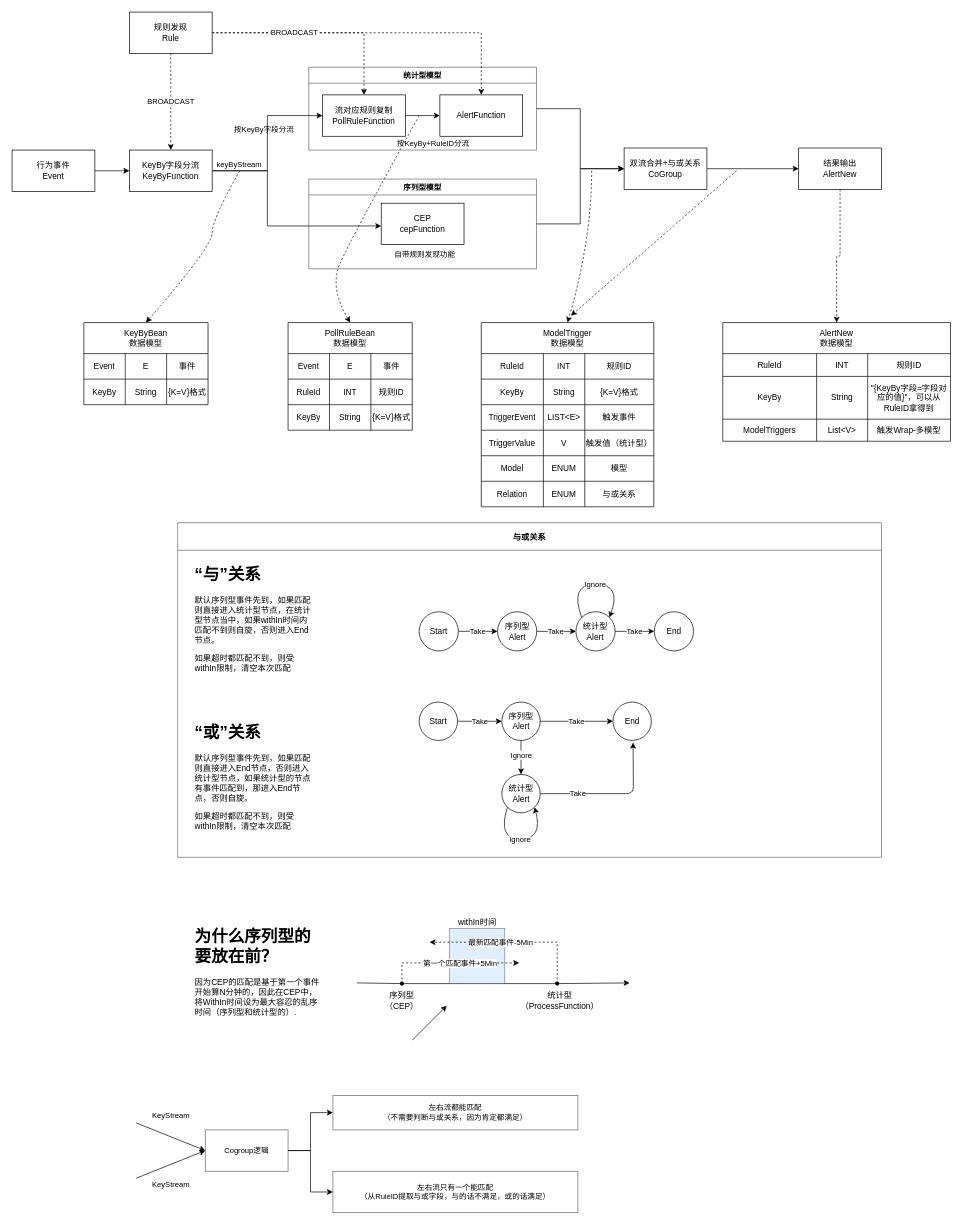
Above: cep.drawio in pengmide/draw (draw.io), before the change. Source tidied: cells renumbered, new cells numbered last; positions are measured from the earlier drawing's top-left corner, leaving out a move shared by most shapes. Both pictures are drawn from the tidied source at 69%, with x=0, y=0 at pixel (12, 12).
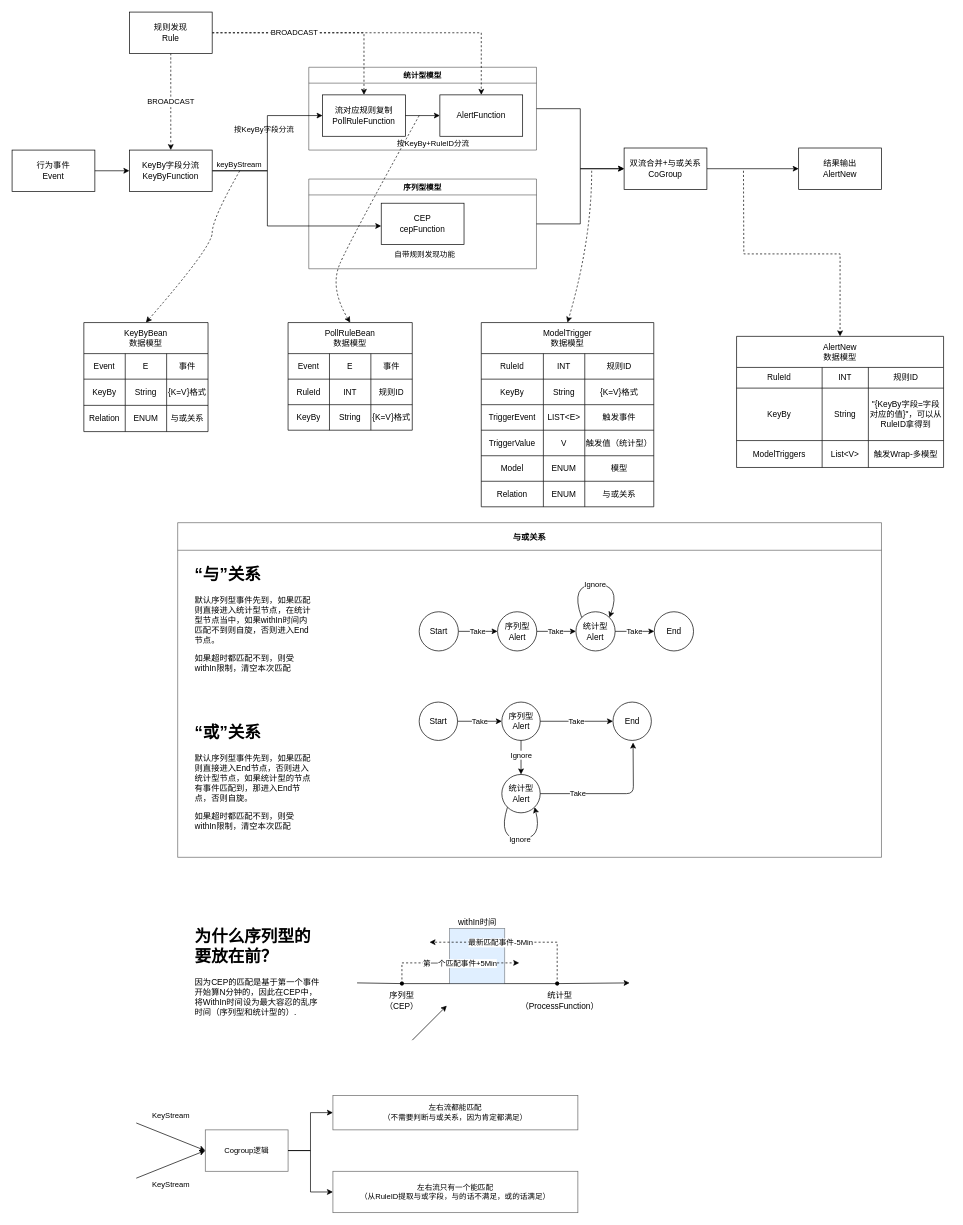
After the change.

The change refers to these unchanged cells:
```xml
<mxCell id="97" value="结果输出&lt;br&gt;AlertNew" style="whiteSpace=wrap;html=1;rounded=0;" parent="1" vertex="1">
  <mxGeometry x="1140" y="197" width="120" height="60" as="geometry" />
</mxCell>
```

Diff of the diagram source:
```diff
@@
     <mxCell id="59" value="AlertNew&#10;数据模型" style="shape=table;startSize=45;childLayout=tableLayout;rounded=0;shadow=0;comic=0;sketch=0;fillColor=default;gradientColor=none;" parent="1" vertex="1">
-      <mxGeometry x="1030" y="450" width="330" height="172" as="geometry" />
+      <mxGeometry x="1050" y="470" width="300" height="190" as="geometry" />
     </mxCell>
     <mxCell id="60" style="shape=tableRow;horizontal=0;startSize=0;swimlaneHead=0;swimlaneBody=0;top=0;left=0;bottom=0;right=0;fillColor=none;rounded=0;shadow=0;comic=0;sketch=0;" parent="59" vertex="1">
-      <mxGeometry y="45" width="330" height="33" as="geometry" />
+      <mxGeometry y="45" width="300" height="30" as="geometry" />
     </mxCell>
     <mxCell id="61" value="RuleId" style="shape=partialRectangle;html=1;whiteSpace=wrap;overflow=hidden;fillColor=none;top=0;left=0;bottom=0;right=0;rounded=0;shadow=0;comic=0;sketch=0;startSize=0;" parent="60" vertex="1">
-      <mxGeometry width="136" height="33" as="geometry" />
+      <mxGeometry width="124" height="30" as="geometry" />
     </mxCell>
     <mxCell id="62" value="INT" style="shape=partialRectangle;html=1;whiteSpace=wrap;overflow=hidden;fillColor=none;top=0;left=0;bottom=0;right=0;rounded=0;shadow=0;comic=0;sketch=0;startSize=0;" parent="60" vertex="1">
-      <mxGeometry x="136" width="74" height="33" as="geometry" />
+      <mxGeometry x="124" width="67" height="30" as="geometry" />
     </mxCell>
     <mxCell id="63" value="规则ID" style="shape=partialRectangle;html=1;whiteSpace=wrap;overflow=hidden;fillColor=none;top=0;left=0;bottom=0;right=0;rounded=0;shadow=0;comic=0;sketch=0;startSize=0;" parent="60" vertex="1">
-      <mxGeometry x="210" width="120" height="33" as="geometry" />
+      <mxGeometry x="191" width="109" height="30" as="geometry" />
     </mxCell>
     <mxCell id="64" style="shape=tableRow;horizontal=0;startSize=0;swimlaneHead=0;swimlaneBody=0;top=0;left=0;bottom=0;right=0;fillColor=none;rounded=0;shadow=0;comic=0;sketch=0;" parent="59" vertex="1">
-      <mxGeometry y="78" width="330" height="62" as="geometry" />
+      <mxGeometry y="75" width="300" height="76" as="geometry" />
     </mxCell>
     <mxCell id="65" value="KeyBy" style="shape=partialRectangle;html=1;whiteSpace=wrap;overflow=hidden;fillColor=none;top=0;left=0;bottom=0;right=0;rounded=0;shadow=0;comic=0;sketch=0;startSize=0;" parent="64" vertex="1">
-      <mxGeometry width="136" height="62" as="geometry" />
+      <mxGeometry width="124" height="76" as="geometry" />
     </mxCell>
     <mxCell id="66" value="String" style="shape=partialRectangle;html=1;whiteSpace=wrap;overflow=hidden;fillColor=none;top=0;left=0;bottom=0;right=0;rounded=0;shadow=0;comic=0;sketch=0;startSize=0;" parent="64" vertex="1">
-      <mxGeometry x="136" width="74" height="62" as="geometry" />
+      <mxGeometry x="124" width="67" height="76" as="geometry" />
     </mxCell>
     <mxCell id="67" value="&quot;{KeyBy字段=字段对应的值}&quot;，可以从RuleID拿得到&lt;br&gt;" style="shape=partialRectangle;html=1;whiteSpace=wrap;overflow=hidden;fillColor=none;top=0;left=0;bottom=0;right=0;rounded=0;shadow=0;comic=0;sketch=0;startSize=0;" parent="64" vertex="1">
-      <mxGeometry x="210" width="120" height="62" as="geometry" />
+      <mxGeometry x="191" width="109" height="76" as="geometry" />
     </mxCell>
     <mxCell id="68" style="shape=tableRow;horizontal=0;startSize=0;swimlaneHead=0;swimlaneBody=0;top=0;left=0;bottom=0;right=0;fillColor=none;rounded=0;shadow=0;comic=0;sketch=0;" parent="59" vertex="1">
-      <mxGeometry y="140" width="330" height="32" as="geometry" />
+      <mxGeometry y="151" width="300" height="39" as="geometry" />
     </mxCell>
     <mxCell id="69" value="ModelTriggers" style="shape=partialRectangle;html=1;whiteSpace=wrap;overflow=hidden;fillColor=none;top=0;left=0;bottom=0;right=0;rounded=0;shadow=0;comic=0;sketch=0;startSize=0;" parent="68" vertex="1">
-      <mxGeometry width="136" height="32" as="geometry" />
+      <mxGeometry width="124" height="39" as="geometry" />
     </mxCell>
     <mxCell id="70" value="List&amp;lt;V&amp;gt;" style="shape=partialRectangle;html=1;whiteSpace=wrap;overflow=hidden;fillColor=none;top=0;left=0;bottom=0;right=0;rounded=0;shadow=0;comic=0;sketch=0;startSize=0;" parent="68" vertex="1">
-      <mxGeometry x="136" width="74" height="32" as="geometry" />
+      <mxGeometry x="124" width="67" height="39" as="geometry" />
     </mxCell>
     <mxCell id="71" value="触发Wrap-多模型" style="shape=partialRectangle;html=1;whiteSpace=wrap;overflow=hidden;fillColor=none;top=0;left=0;bottom=0;right=0;rounded=0;shadow=0;comic=0;sketch=0;startSize=0;" parent="68" vertex="1">
-      <mxGeometry x="210" width="120" height="32" as="geometry" />
+      <mxGeometry x="191" width="109" height="39" as="geometry" />
     </mxCell>
-    <mxCell id="72" style="edgeStyle=orthogonalEdgeStyle;rounded=0;jettySize=auto;html=1;exitX=0.5;exitY=1;exitDx=0;exitDy=0;dashed=1;" parent="1" edge="1" source="97" target="59">
-      <mxGeometry relative="1" as="geometry" />
+    <mxCell id="72" style="edgeStyle=orthogonalEdgeStyle;rounded=0;jettySize=auto;html=1;dashed=1;" parent="1" edge="1" target="59">
+      <mxGeometry relative="1" as="geometry">
+        <mxPoint x="1060" y="230" as="sourcePoint" />
+      </mxGeometry>
     </mxCell>
@@
     <mxCell id="118" value="KeyByBean&#10;数据模型" style="shape=table;startSize=45;childLayout=tableLayout;rounded=0;shadow=0;comic=0;sketch=0;labelBorderColor=none;" parent="1" vertex="1">
-      <mxGeometry x="104" y="450" width="180" height="119" as="geometry" />
+      <mxGeometry x="104" y="450" width="180" height="158" as="geometry" />
     </mxCell>
@@
     <mxCell id="123" style="shape=tableRow;horizontal=0;startSize=0;swimlaneHead=0;swimlaneBody=0;top=0;left=0;bottom=0;right=0;fillColor=none;rounded=0;shadow=0;comic=0;sketch=0;" parent="118" vertex="1">
-      <mxGeometry y="82" width="180" height="37" as="geometry" />
+      <mxGeometry y="82" width="180" height="38" as="geometry" />
     </mxCell>
     <mxCell id="124" value="&lt;span&gt;KeyBy&lt;/span&gt;" style="shape=partialRectangle;html=1;whiteSpace=wrap;overflow=hidden;fillColor=none;top=0;left=0;bottom=0;right=0;rounded=0;shadow=0;comic=0;sketch=0;startSize=0;" parent="123" vertex="1">
-      <mxGeometry width="60" height="37" as="geometry" />
+      <mxGeometry width="60" height="38" as="geometry" />
     </mxCell>
     <mxCell id="125" value="String" style="shape=partialRectangle;html=1;whiteSpace=wrap;overflow=hidden;fillColor=none;top=0;left=0;bottom=0;right=0;rounded=0;shadow=0;comic=0;sketch=0;startSize=0;" parent="123" vertex="1">
-      <mxGeometry x="60" width="60" height="37" as="geometry" />
+      <mxGeometry x="60" width="60" height="38" as="geometry" />
     </mxCell>
     <mxCell id="126" value="{K=V}格式" style="shape=partialRectangle;html=1;whiteSpace=wrap;overflow=hidden;fillColor=none;top=0;left=0;bottom=0;right=0;rounded=0;shadow=0;comic=0;sketch=0;startSize=0;" parent="123" vertex="1">
-      <mxGeometry x="120" width="60" height="37" as="geometry" />
+      <mxGeometry x="120" width="60" height="38" as="geometry" />
     </mxCell>
+    <mxCell id="145" style="shape=tableRow;horizontal=0;startSize=0;swimlaneHead=0;swimlaneBody=0;top=0;left=0;bottom=0;right=0;fillColor=none;rounded=0;shadow=0;comic=0;sketch=0;" parent="118" vertex="1">
+      <mxGeometry y="120" width="180" height="38" as="geometry" />
+    </mxCell>
+    <mxCell id="146" value="Relation" style="shape=partialRectangle;html=1;whiteSpace=wrap;overflow=hidden;fillColor=none;top=0;left=0;bottom=0;right=0;rounded=0;shadow=0;comic=0;sketch=0;startSize=0;" parent="145" vertex="1">
+      <mxGeometry width="60" height="38" as="geometry" />
+    </mxCell>
+    <mxCell id="147" value="ENUM" style="shape=partialRectangle;html=1;whiteSpace=wrap;overflow=hidden;fillColor=none;top=0;left=0;bottom=0;right=0;rounded=0;shadow=0;comic=0;sketch=0;startSize=0;" parent="145" vertex="1">
+      <mxGeometry x="60" width="60" height="38" as="geometry" />
+    </mxCell>
+    <mxCell id="148" value="与或关系" style="shape=partialRectangle;html=1;whiteSpace=wrap;overflow=hidden;fillColor=none;top=0;left=0;bottom=0;right=0;rounded=0;shadow=0;comic=0;sketch=0;startSize=0;" parent="145" vertex="1">
+      <mxGeometry x="120" width="60" height="38" as="geometry" />
+    </mxCell>
@@
-    <mxCell id="143" style="curved=1;endArrow=classic;html=1;dashed=1;labelBackgroundColor=default;sketch=0;fontFamily=Helvetica;fontSize=11;fontColor=default;strokeColor=default;shape=connector;" parent="1" edge="1">
-      <mxGeometry relative="1" as="geometry">
-        <mxPoint x="1050" y="230" as="sourcePoint" />
-        <mxPoint x="810" y="440" as="targetPoint" />
-      </mxGeometry>
-    </mxCell>
```
